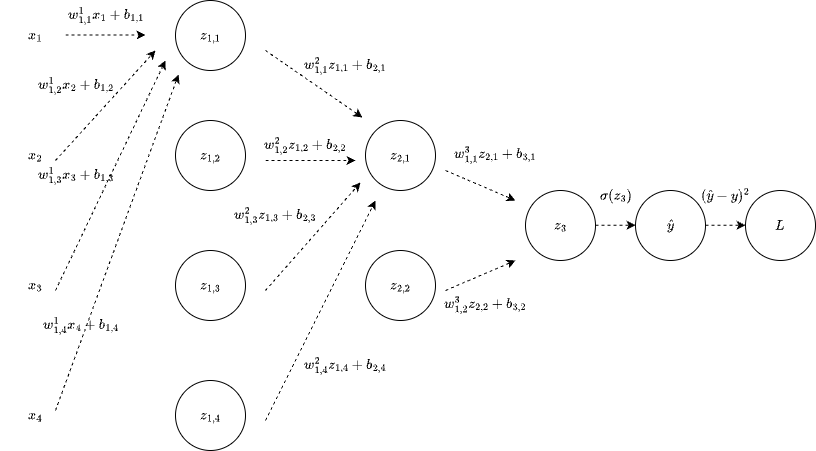
This is static/autodiff/MLP_forward.png from levi0206/lerblog2, a draw.io export, as it was before one commit. Source tidied: cells renumbered, new cells last; positions are measured from the earlier drawing's top-left corner, leaving out a move shared by most shapes.
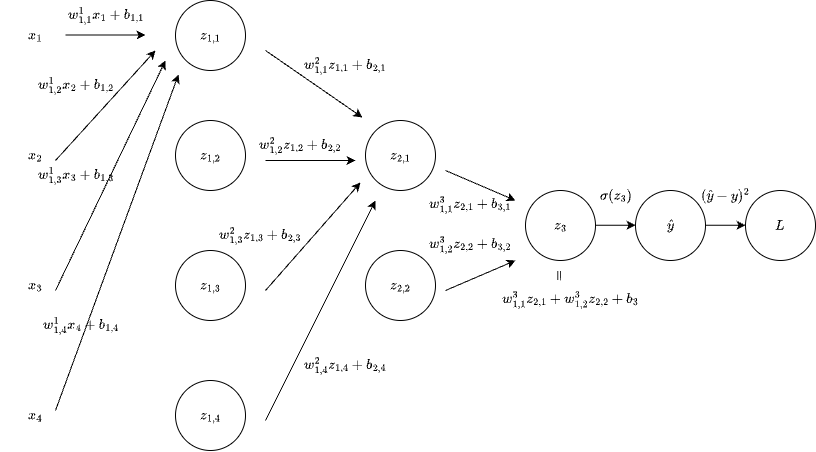
After the change.

The edit, as a diff of the source:
```diff
@@ -35,25 +35,25 @@
     <mxCell id="12" value="\(x_4\)" style="text;html=1;align=center;verticalAlign=middle;strokeColor=none;fillColor=none;" parent="1" vertex="1">
       <mxGeometry x="5" y="400" width="60" height="30" as="geometry" />
     </mxCell>
-    <mxCell id="13" style="endArrow=classic;html=1;rounded=0;dashed=1;" parent="1" edge="1">
+    <mxCell id="13" style="endArrow=classic;html=1;rounded=0;" parent="1" edge="1">
       <mxGeometry relative="1" as="geometry">
         <mxPoint x="65" y="34.5" as="sourcePoint" />
         <mxPoint x="145" y="34.5" as="targetPoint" />
       </mxGeometry>
     </mxCell>
-    <mxCell id="14" style="endArrow=classic;html=1;rounded=0;dashed=1;" parent="1" edge="1">
+    <mxCell id="14" style="endArrow=classic;html=1;rounded=0;" parent="1" edge="1">
       <mxGeometry relative="1" as="geometry">
         <mxPoint x="55" y="160" as="sourcePoint" />
         <mxPoint x="155" y="50" as="targetPoint" />
       </mxGeometry>
     </mxCell>
-    <mxCell id="15" style="endArrow=classic;html=1;rounded=0;dashed=1;" parent="1" edge="1">
+    <mxCell id="15" style="endArrow=classic;html=1;rounded=0;" parent="1" edge="1">
       <mxGeometry relative="1" as="geometry">
         <mxPoint x="55" y="290" as="sourcePoint" />
         <mxPoint x="165" y="60" as="targetPoint" />
       </mxGeometry>
     </mxCell>
-    <mxCell id="16" style="endArrow=classic;html=1;rounded=0;dashed=1;" parent="1" edge="1">
+    <mxCell id="16" style="endArrow=classic;html=1;rounded=0;" parent="1" edge="1">
       <mxGeometry relative="1" as="geometry">
         <mxPoint x="55" y="410" as="sourcePoint" />
         <mxPoint x="178" y="74" as="targetPoint" />
@@ -71,25 +71,25 @@
     <mxCell id="20" value="\(w^1_{1,4}x_4+b_{1,4}\)" style="text;html=1;align=center;verticalAlign=middle;strokeColor=none;fillColor=none;" parent="1" vertex="1">
       <mxGeometry x="5" y="310" width="150" height="30" as="geometry" />
     </mxCell>
-    <mxCell id="21" style="endArrow=classic;html=1;rounded=0;dashed=1;" parent="1" edge="1">
+    <mxCell id="21" style="endArrow=classic;html=1;rounded=0;" parent="1" edge="1">
       <mxGeometry relative="1" as="geometry">
         <mxPoint x="265" y="50" as="sourcePoint" />
         <mxPoint x="362" y="117" as="targetPoint" />
       </mxGeometry>
     </mxCell>
-    <mxCell id="22" style="endArrow=classic;html=1;rounded=0;dashed=1;" parent="1" edge="1">
+    <mxCell id="22" style="endArrow=classic;html=1;rounded=0;" parent="1" edge="1">
       <mxGeometry relative="1" as="geometry">
         <mxPoint x="265" y="160" as="sourcePoint" />
         <mxPoint x="355" y="160" as="targetPoint" />
       </mxGeometry>
     </mxCell>
-    <mxCell id="23" style="endArrow=classic;html=1;rounded=0;dashed=1;" parent="1" edge="1">
+    <mxCell id="23" style="endArrow=classic;html=1;rounded=0;" parent="1" edge="1">
       <mxGeometry relative="1" as="geometry">
         <mxPoint x="265" y="290" as="sourcePoint" />
         <mxPoint x="360" y="182" as="targetPoint" />
       </mxGeometry>
     </mxCell>
-    <mxCell id="24" style="endArrow=classic;html=1;rounded=0;dashed=1;" parent="1" edge="1">
+    <mxCell id="24" style="endArrow=classic;html=1;rounded=0;" parent="1" edge="1">
       <mxGeometry relative="1" as="geometry">
         <mxPoint x="265" y="420" as="sourcePoint" />
         <mxPoint x="375" y="200" as="targetPoint" />
@@ -99,31 +99,31 @@
       <mxGeometry x="260" y="50" width="170" height="30" as="geometry" />
     </mxCell>
     <mxCell id="26" value="\(w^2_{1,2}z_{1,2}+b_{2,2}\)" style="text;html=1;align=center;verticalAlign=middle;strokeColor=none;fillColor=none;" parent="1" vertex="1">
-      <mxGeometry x="220" y="130" width="170" height="30" as="geometry" />
+      <mxGeometry x="215" y="130" width="170" height="30" as="geometry" />
     </mxCell>
     <mxCell id="27" value="\(w^2_{1,3}z_{1,3}+b_{2,3}\)" style="text;html=1;align=center;verticalAlign=middle;strokeColor=none;fillColor=none;" parent="1" vertex="1">
-      <mxGeometry x="190" y="200" width="170" height="30" as="geometry" />
+      <mxGeometry x="175" y="220" width="170" height="30" as="geometry" />
     </mxCell>
     <mxCell id="28" value="\(w^2_{1,4}z_{1,4}+b_{2,4}\)" style="text;html=1;align=center;verticalAlign=middle;strokeColor=none;fillColor=none;" parent="1" vertex="1">
       <mxGeometry x="260" y="350" width="170" height="30" as="geometry" />
     </mxCell>
-    <mxCell id="29" style="endArrow=classic;html=1;rounded=0;dashed=1;" parent="1" edge="1">
+    <mxCell id="29" style="endArrow=classic;html=1;rounded=0;" parent="1" edge="1">
       <mxGeometry relative="1" as="geometry">
         <mxPoint x="445" y="290" as="sourcePoint" />
         <mxPoint x="515" y="260" as="targetPoint" />
       </mxGeometry>
     </mxCell>
-    <mxCell id="30" style="endArrow=classic;html=1;rounded=0;dashed=1;" parent="1" edge="1">
+    <mxCell id="30" style="endArrow=classic;html=1;rounded=0;" parent="1" edge="1">
       <mxGeometry relative="1" as="geometry">
         <mxPoint x="445" y="170" as="sourcePoint" />
         <mxPoint x="515" y="200" as="targetPoint" />
       </mxGeometry>
     </mxCell>
     <mxCell id="31" value="\(w^3_{1,1}z_{2,1}+b_{3,1}\)" style="text;html=1;align=center;verticalAlign=middle;strokeColor=none;fillColor=none;" parent="1" vertex="1">
-      <mxGeometry x="410" y="140" width="170" height="30" as="geometry" />
+      <mxGeometry x="385" y="190" width="170" height="30" as="geometry" />
     </mxCell>
     <mxCell id="32" value="\(w^3_{1,2}z_{2,2}+b_{3,2}\)" style="text;html=1;align=center;verticalAlign=middle;strokeColor=none;fillColor=none;" parent="1" vertex="1">
-      <mxGeometry x="400" y="290" width="170" height="30" as="geometry" />
+      <mxGeometry x="385" y="230" width="170" height="30" as="geometry" />
     </mxCell>
     <mxCell id="33" value="\(\hat{y}\)" style="ellipse;whiteSpace=wrap;html=1;" parent="1" vertex="1">
       <mxGeometry x="635" y="190" width="70" height="70" as="geometry" />
@@ -131,13 +131,13 @@
     <mxCell id="34" value="\(L\)" style="ellipse;whiteSpace=wrap;html=1;" parent="1" vertex="1">
       <mxGeometry x="745" y="190" width="70" height="70" as="geometry" />
     </mxCell>
-    <mxCell id="35" style="endArrow=classic;html=1;rounded=0;dashed=1;" parent="1" edge="1">
+    <mxCell id="35" style="endArrow=classic;html=1;rounded=0;" parent="1" edge="1">
       <mxGeometry relative="1" as="geometry">
         <mxPoint x="595" y="224.8" as="sourcePoint" />
         <mxPoint x="635" y="224.8" as="targetPoint" />
       </mxGeometry>
     </mxCell>
-    <mxCell id="36" style="endArrow=classic;html=1;rounded=0;dashed=1;" parent="1" edge="1">
+    <mxCell id="36" style="endArrow=classic;html=1;rounded=0;" parent="1" edge="1">
       <mxGeometry relative="1" as="geometry">
         <mxPoint x="705" y="224.8" as="sourcePoint" />
         <mxPoint x="745" y="224.8" as="targetPoint" />
@@ -149,5 +149,11 @@
     <mxCell id="38" value="\((\hat{y}-y)^2\)" style="text;html=1;align=center;verticalAlign=middle;strokeColor=none;fillColor=none;" parent="1" vertex="1">
       <mxGeometry x="675" y="180" width="100" height="30" as="geometry" />
     </mxCell>
+    <mxCell id="39" value="\(=\)" style="text;html=1;align=center;verticalAlign=middle;strokeColor=none;fillColor=none;rotation=90;" parent="1" vertex="1">
+      <mxGeometry x="535" y="260" width="50" height="30" as="geometry" />
+    </mxCell>
+    <mxCell id="40" value="\(w^3_{1,1}z_{2,1}+&lt;br&gt;w^3_{1,2}z_{2,2}+b_3\)" style="text;html=1;align=center;verticalAlign=middle;strokeColor=none;fillColor=none;" parent="1" vertex="1">
+      <mxGeometry x="495" y="280" width="150" height="40" as="geometry" />
+    </mxCell>
   </root>
 </mxGraphModel>
```
